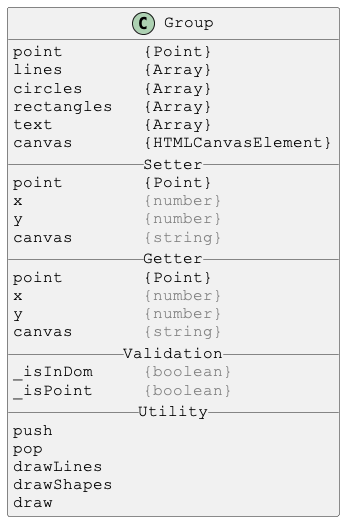
This is docs/PlantUml/images/Group.png from Justin-Byrne/canvasLab, a PlantUML export, as it was before one commit.
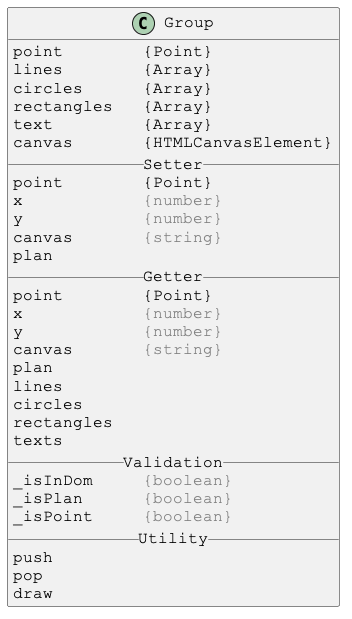
Above is the later version.

The edit, as a diff of the source:
```diff
@@ -15,19 +15,24 @@
 x            <color:gray>{number}</color>
 y            <color:gray>{number}</color>
 canvas       <color:gray>{string}</color>
+plan
 __ Getter __
 point        {Point}
 x            <color:gray>{number}</color>
 y            <color:gray>{number}</color>
 canvas       <color:gray>{string}</color>
+plan
+lines
+circles
+rectangles
+texts
 __ Validation __
 _isInDom     <color:gray>{boolean}</color>
+_isPlan      <color:gray>{boolean}</color>
 _isPoint     <color:gray>{boolean}</color>
 __ Utility __
 push
 pop
-drawLines
-drawShapes
 draw
 }
 
```
